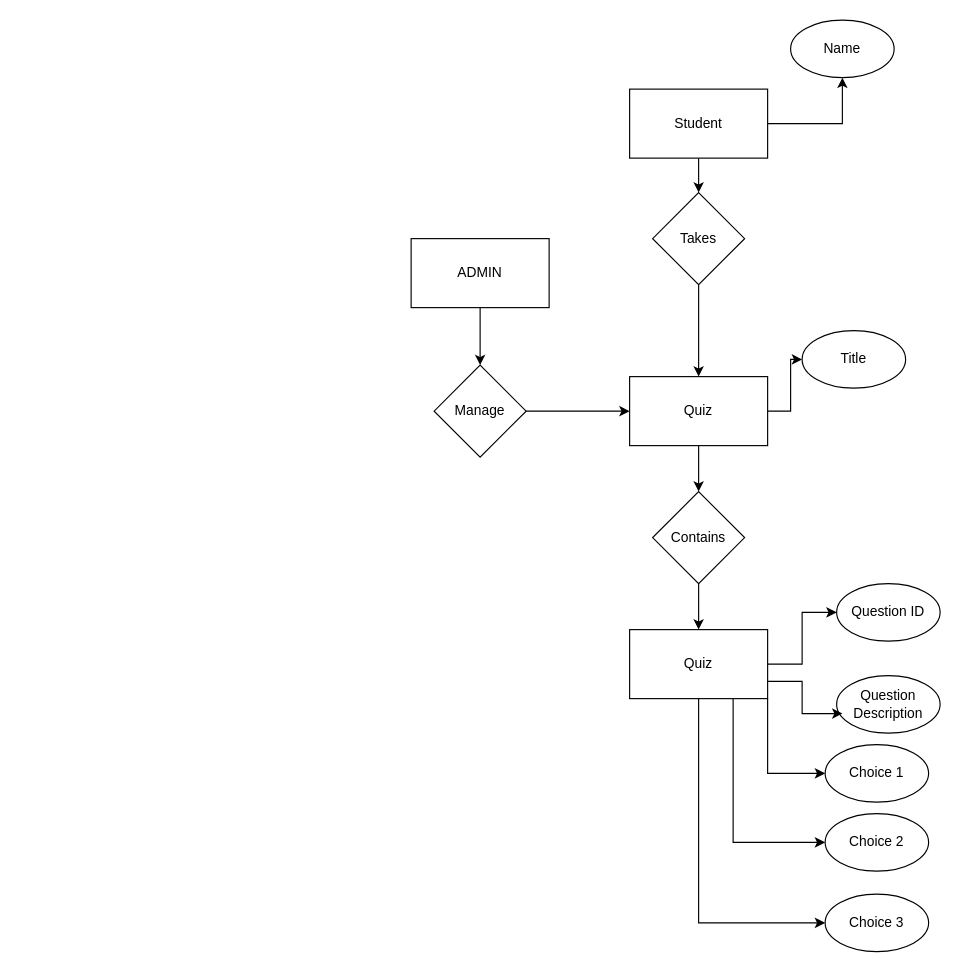
Above: img/Untitled Diagram.drawio in prathamjc/TYPROJECT (draw.io), before the change. Source tidied: cells renumbered, new cells numbered last; positions are measured from the earlier drawing's top-left corner, leaving out a move shared by most shapes. Both pictures are drawn from the tidied source at 115%, with x=0, y=0 at pixel (411, 20).
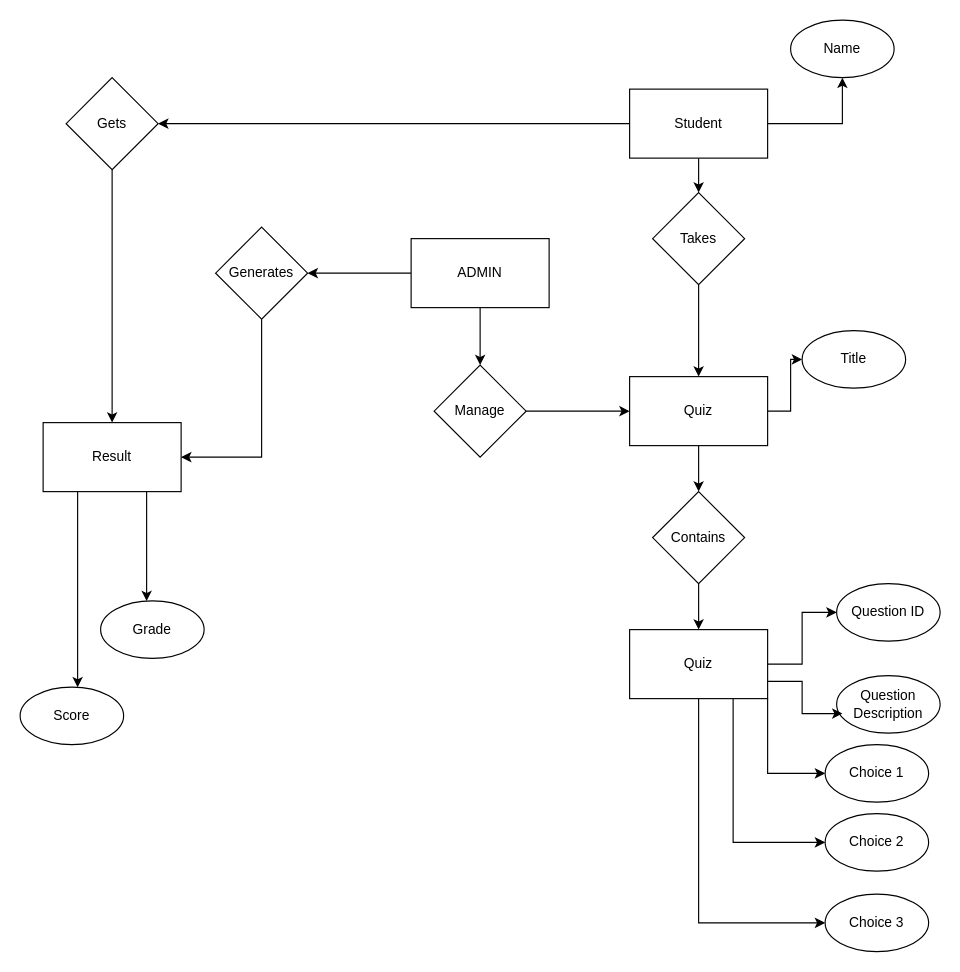
After the change.

Unchanged cells that the change refers to:
```xml
<mxCell id="3" value="ADMIN" style="rounded=0;whiteSpace=wrap;html=1;" parent="1" vertex="1">
  <mxGeometry y="190" width="120" height="60" as="geometry" />
</mxCell>
<mxCell id="13" value="Student" style="rounded=0;whiteSpace=wrap;html=1;" parent="1" vertex="1">
  <mxGeometry x="190" y="60" width="120" height="60" as="geometry" />
</mxCell>
```

What changed in the source:
```diff
@@
+    <mxCell id="29" style="edgeStyle=orthogonalEdgeStyle;rounded=0;jettySize=auto;html=1;" parent="1" edge="1" source="3" target="37">
+      <mxGeometry relative="1" as="geometry" />
+    </mxCell>
@@
+    <mxCell id="30" style="edgeStyle=orthogonalEdgeStyle;rounded=0;jettySize=auto;html=1;exitX=0;exitY=0.5;exitDx=0;exitDy=0;" parent="1" edge="1" source="13" target="32">
+      <mxGeometry relative="1" as="geometry" />
+    </mxCell>
@@
+    <mxCell id="31" style="edgeStyle=orthogonalEdgeStyle;rounded=0;jettySize=auto;html=1;exitX=0.5;exitY=1;exitDx=0;exitDy=0;" parent="1" edge="1" source="32" target="35">
+      <mxGeometry relative="1" as="geometry" />
+    </mxCell>
+    <mxCell id="32" value="Gets" style="rhombus;whiteSpace=wrap;html=1;" parent="1" vertex="1">
+      <mxGeometry x="-300" y="50" width="80" height="80" as="geometry" />
+    </mxCell>
+    <mxCell id="33" style="edgeStyle=orthogonalEdgeStyle;rounded=0;jettySize=auto;html=1;exitX=0.25;exitY=1;exitDx=0;exitDy=0;" parent="1" edge="1" source="35" target="38">
+      <mxGeometry relative="1" as="geometry">
+        <Array as="points">
+          <mxPoint x="-290" y="540" />
+          <mxPoint x="-290" y="540" />
+        </Array>
+      </mxGeometry>
+    </mxCell>
+    <mxCell id="34" style="edgeStyle=orthogonalEdgeStyle;rounded=0;jettySize=auto;html=1;exitX=0.75;exitY=1;exitDx=0;exitDy=0;" parent="1" edge="1" source="35" target="39">
+      <mxGeometry relative="1" as="geometry">
+        <Array as="points">
+          <mxPoint x="-230" y="480" />
+          <mxPoint x="-230" y="480" />
+        </Array>
+      </mxGeometry>
+    </mxCell>
+    <mxCell id="35" value="Result" style="rounded=0;whiteSpace=wrap;html=1;" parent="1" vertex="1">
+      <mxGeometry x="-320" y="350" width="120" height="60" as="geometry" />
+    </mxCell>
+    <mxCell id="36" style="edgeStyle=orthogonalEdgeStyle;rounded=0;jettySize=auto;html=1;exitX=0.5;exitY=1;exitDx=0;exitDy=0;entryX=1;entryY=0.5;entryDx=0;entryDy=0;" parent="1" edge="1" source="37" target="35">
+      <mxGeometry relative="1" as="geometry" />
+    </mxCell>
+    <mxCell id="37" value="Generates" style="rhombus;whiteSpace=wrap;html=1;" parent="1" vertex="1">
+      <mxGeometry x="-170" y="180" width="80" height="80" as="geometry" />
+    </mxCell>
+    <mxCell id="38" value="Score" style="ellipse;whiteSpace=wrap;html=1;" parent="1" vertex="1">
+      <mxGeometry x="-340" y="580" width="90" height="50" as="geometry" />
+    </mxCell>
+    <mxCell id="39" value="Grade" style="ellipse;whiteSpace=wrap;html=1;" parent="1" vertex="1">
+      <mxGeometry x="-270" y="505" width="90" height="50" as="geometry" />
+    </mxCell>
```
